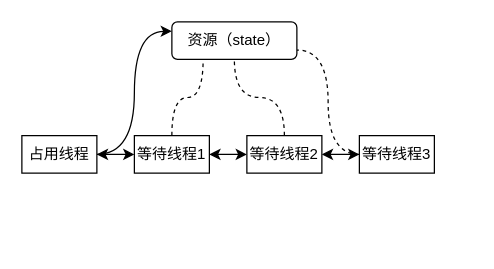
Above: lock.drawio in shirdey/Document (draw.io), before the change. Source tidied: cells renumbered, new cells numbered last; positions are measured from the earlier drawing's top-left corner, leaving out a move shared by most shapes. Both pictures are drawn from the tidied source at 125%, with x=0, y=0 at pixel (21, 21).
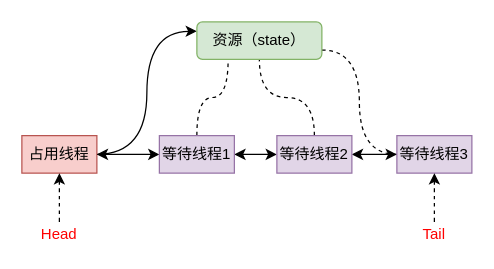
The same diagram, later.

Diff of the diagram source:
```diff
@@
 <mxGraphModel>
   <root>
     <mxCell id="0" />
     <mxCell id="1" parent="0" />
     <mxCell id="2" style="edgeStyle=orthogonalEdgeStyle;curved=1;rounded=0;jettySize=auto;html=1;entryX=0;entryY=0.25;entryDx=0;entryDy=0;startArrow=none;startFill=0;endArrow=classic;endFill=1;" parent="1" edge="1" source="3" target="13">
       <mxGeometry relative="1" as="geometry" />
     </mxCell>
-    <mxCell id="3" value="占用线程" style="rounded=0;whiteSpace=wrap;html=1;" parent="1" vertex="1">
+    <mxCell id="3" value="占用线程" style="rounded=0;whiteSpace=wrap;html=1;fillColor=#f8cecc;strokeColor=#b85450;" parent="1" vertex="1">
       <mxGeometry y="91" width="60" height="30" as="geometry" />
     </mxCell>
     <mxCell id="4" style="edgeStyle=orthogonalEdgeStyle;rounded=0;jettySize=auto;html=1;entryX=1;entryY=0.5;entryDx=0;entryDy=0;startArrow=classic;startFill=1;" parent="1" edge="1" source="7" target="3">
       <mxGeometry relative="1" as="geometry" />
     </mxCell>
     <mxCell id="5" style="edgeStyle=orthogonalEdgeStyle;rounded=0;jettySize=auto;html=1;entryX=0;entryY=0.5;entryDx=0;entryDy=0;startArrow=classic;startFill=1;" parent="1" edge="1" source="7" target="10">
       <mxGeometry relative="1" as="geometry" />
     </mxCell>
     <mxCell id="6" style="edgeStyle=orthogonalEdgeStyle;curved=1;rounded=0;jettySize=auto;html=1;entryX=0.25;entryY=1;entryDx=0;entryDy=0;startArrow=none;startFill=0;endArrow=none;endFill=0;dashed=1;" parent="1" edge="1" source="7" target="13">
       <mxGeometry relative="1" as="geometry" />
     </mxCell>
-    <mxCell id="7" value="等待线程1" style="rounded=0;whiteSpace=wrap;html=1;" parent="1" vertex="1">
-      <mxGeometry x="90" y="91" width="60" height="30" as="geometry" />
+    <mxCell id="7" value="等待线程1" style="rounded=0;whiteSpace=wrap;html=1;fillColor=#e1d5e7;strokeColor=#9673a6;" parent="1" vertex="1">
+      <mxGeometry x="110" y="91" width="60" height="30" as="geometry" />
     </mxCell>
     <mxCell id="8" style="edgeStyle=orthogonalEdgeStyle;rounded=0;jettySize=auto;html=1;entryX=0;entryY=0.5;entryDx=0;entryDy=0;startArrow=classic;startFill=1;" parent="1" edge="1" source="10" target="12">
       <mxGeometry relative="1" as="geometry" />
     </mxCell>
     <mxCell id="9" style="edgeStyle=orthogonalEdgeStyle;curved=1;rounded=0;jettySize=auto;html=1;entryX=0.5;entryY=1;entryDx=0;entryDy=0;startArrow=none;startFill=0;endArrow=none;endFill=0;dashed=1;" parent="1" edge="1" source="10" target="13">
       <mxGeometry relative="1" as="geometry" />
     </mxCell>
-    <mxCell id="10" value="等待线程2" style="rounded=0;whiteSpace=wrap;html=1;" parent="1" vertex="1">
-      <mxGeometry x="180" y="91" width="60" height="30" as="geometry" />
+    <mxCell id="10" value="等待线程2" style="rounded=0;whiteSpace=wrap;html=1;fillColor=#e1d5e7;strokeColor=#9673a6;" parent="1" vertex="1">
+      <mxGeometry x="204" y="91" width="60" height="30" as="geometry" />
     </mxCell>
     <mxCell id="11" style="edgeStyle=orthogonalEdgeStyle;curved=1;rounded=0;jettySize=auto;html=1;entryX=1;entryY=0.75;entryDx=0;entryDy=0;startArrow=none;startFill=0;endArrow=none;endFill=0;dashed=1;" parent="1" edge="1" source="12" target="13">
       <mxGeometry relative="1" as="geometry" />
     </mxCell>
-    <mxCell id="12" value="等待线程3" style="rounded=0;whiteSpace=wrap;html=1;" parent="1" vertex="1">
-      <mxGeometry x="270" y="91" width="60" height="30" as="geometry" />
+    <mxCell id="12" value="等待线程3" style="rounded=0;whiteSpace=wrap;html=1;fillColor=#e1d5e7;strokeColor=#9673a6;" parent="1" vertex="1">
+      <mxGeometry x="300" y="91" width="60" height="30" as="geometry" />
     </mxCell>
-    <mxCell id="13" value="资源（state）" style="rounded=1;whiteSpace=wrap;html=1;" parent="1" vertex="1">
-      <mxGeometry x="120" width="100" height="30" as="geometry" />
+    <mxCell id="13" value="资源（state）" style="rounded=1;whiteSpace=wrap;html=1;fillColor=#d5e8d4;strokeColor=#82b366;" parent="1" vertex="1">
+      <mxGeometry x="140" width="100" height="30" as="geometry" />
     </mxCell>
+    <mxCell id="14" style="edgeStyle=orthogonalEdgeStyle;curved=1;rounded=0;jettySize=auto;html=1;dashed=1;startArrow=none;startFill=0;endArrow=classic;endFill=1;" parent="1" edge="1" source="15" target="3">
+      <mxGeometry relative="1" as="geometry" />
+    </mxCell>
+    <mxCell id="15" value="Head" style="text;html=1;strokeColor=none;fillColor=none;align=center;verticalAlign=middle;whiteSpace=wrap;rounded=0;fontColor=#FF0000;" parent="1" vertex="1">
+      <mxGeometry x="10" y="160" width="40" height="20" as="geometry" />
+    </mxCell>
+    <mxCell id="16" style="edgeStyle=orthogonalEdgeStyle;curved=1;rounded=0;jettySize=auto;html=1;dashed=1;startArrow=none;startFill=0;endArrow=classic;endFill=1;" parent="1" edge="1" source="17" target="12">
+      <mxGeometry relative="1" as="geometry" />
+    </mxCell>
+    <mxCell id="17" value="Tail" style="text;html=1;strokeColor=none;fillColor=none;align=center;verticalAlign=middle;whiteSpace=wrap;rounded=0;fontColor=#FF0000;" parent="1" vertex="1">
+      <mxGeometry x="310" y="160" width="40" height="20" as="geometry" />
+    </mxCell>
   </root>
 </mxGraphModel>
```
